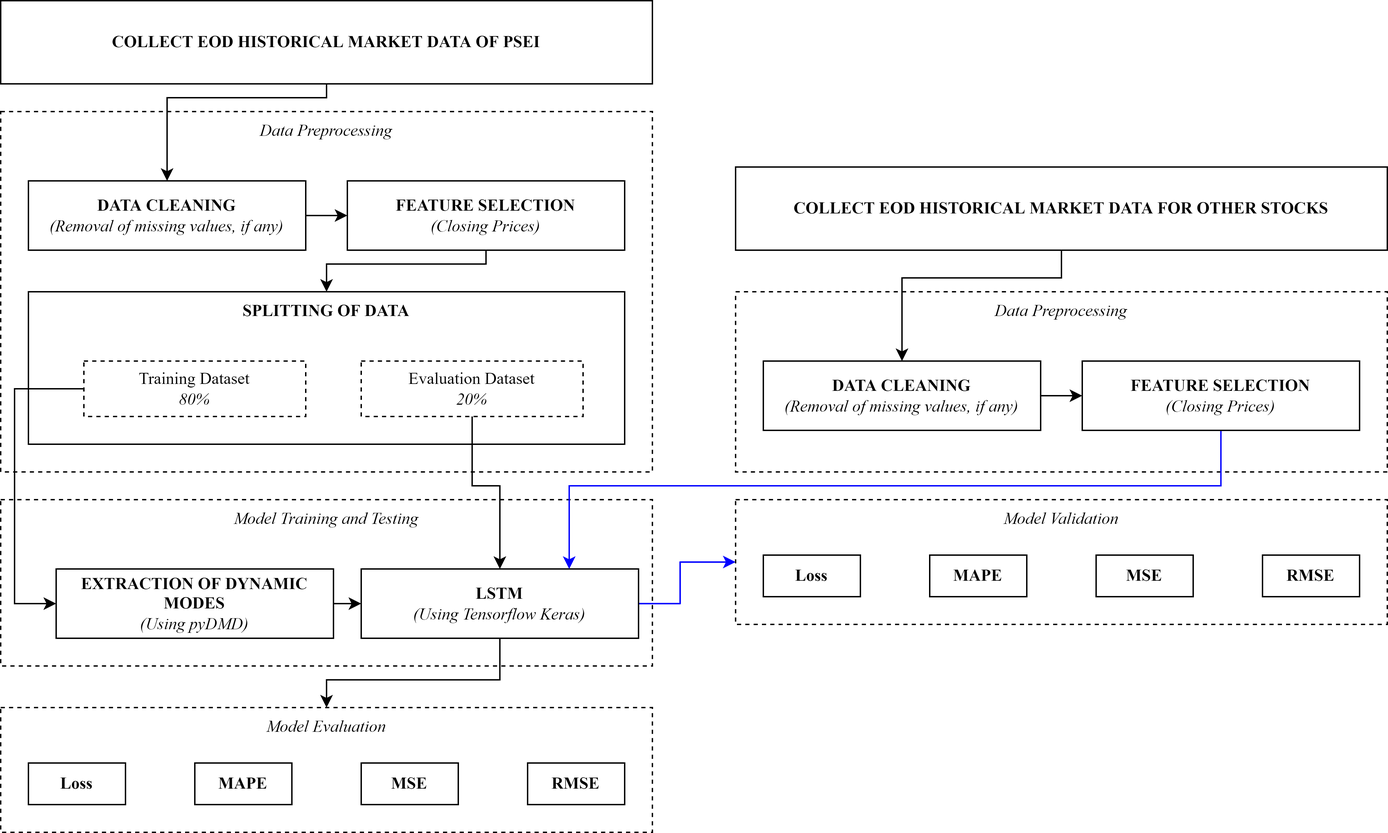
The draw.io diagram SP_Paper/Final/assets/Chapter_3/Machine Learning Model.png in GravitonXD/OLARTE_SP, before a commit. Source tidied: cells renumbered, new cells last; positions are measured from the earlier drawing's top-left corner, leaving out a move shared by most shapes.
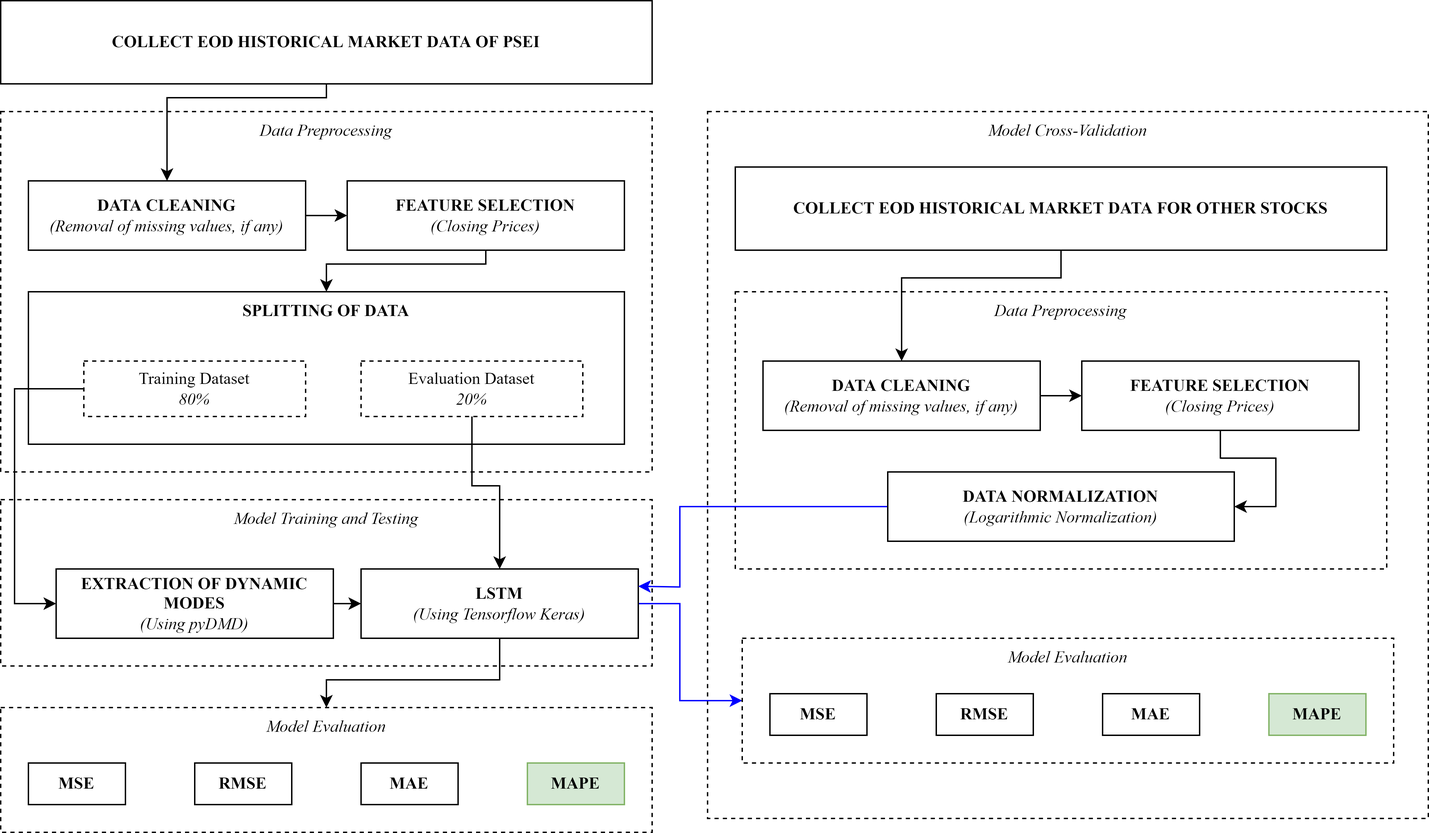
After the commit.

Commit message:
Updated Machine Learning Model Section

Diff of the diagram source:
```diff
@@ -2,6 +2,9 @@
   <root>
     <mxCell id="0" />
     <mxCell id="1" parent="0" />
+    <mxCell id="37" value="&lt;span style=&quot;font-weight: normal;&quot;&gt;&lt;i&gt;Model Cross-Validation&lt;br&gt;&lt;/i&gt;&lt;/span&gt;" style="rounded=0;whiteSpace=wrap;html=1;fontFamily=CMU;fontSource=https%3A%2F%2Ffontlibrary.org%2F%2Fface%2Fcmu-serif;fontStyle=1;verticalAlign=top;dashed=1;" parent="1" vertex="1">
+      <mxGeometry x="510" y="80" width="520" height="510" as="geometry" />
+    </mxCell>
     <mxCell id="2" value="COLLECT EOD HISTORICAL MARKET DATA OF PSEI" style="rounded=0;whiteSpace=wrap;html=1;fontFamily=CMU;fontSource=https%3A%2F%2Ffontlibrary.org%2F%2Fface%2Fcmu-serif;fontStyle=1;" parent="1" vertex="1">
       <mxGeometry width="470" height="60" as="geometry" />
     </mxCell>
@@ -75,11 +78,11 @@
         </Array>
       </mxGeometry>
     </mxCell>
-    <mxCell id="18" style="edgeStyle=none;rounded=0;html=1;exitX=1;exitY=0.5;exitDx=0;exitDy=0;entryX=0;entryY=0.5;entryDx=0;entryDy=0;fontFamily=CMU;fontSource=https%3A%2F%2Ffontlibrary.org%2F%2Fface%2Fcmu-serif;fillColor=#dae8fc;strokeColor=#0000FF;" parent="1" edge="1" source="19" target="31">
+    <mxCell id="18" style="edgeStyle=none;rounded=0;html=1;exitX=1;exitY=0.5;exitDx=0;exitDy=0;entryX=0;entryY=0.5;entryDx=0;entryDy=0;fontFamily=CMU;fontSource=https%3A%2F%2Ffontlibrary.org%2F%2Fface%2Fcmu-serif;fillColor=#dae8fc;strokeColor=#0000FF;" parent="1" edge="1" source="19" target="39">
       <mxGeometry relative="1" as="geometry">
         <Array as="points">
           <mxPoint x="490" y="435" />
-          <mxPoint x="490" y="405" />
+          <mxPoint x="490" y="505" />
         </Array>
       </mxGeometry>
     </mxCell>
@@ -89,23 +92,23 @@
     <mxCell id="20" value="&lt;span style=&quot;font-weight: normal;&quot;&gt;&lt;i&gt;Model Evaluation&lt;br&gt;&lt;br&gt;&lt;/i&gt;&lt;/span&gt;" style="rounded=0;whiteSpace=wrap;html=1;fontFamily=CMU;fontSource=https%3A%2F%2Ffontlibrary.org%2F%2Fface%2Fcmu-serif;fontStyle=1;verticalAlign=top;dashed=1;" parent="1" vertex="1">
       <mxGeometry y="510" width="470" height="90" as="geometry" />
     </mxCell>
-    <mxCell id="21" value="&lt;span style=&quot;background-color: rgb(255, 255, 255);&quot;&gt;Loss&lt;br&gt;&lt;/span&gt;" style="rounded=0;whiteSpace=wrap;html=1;fontFamily=CMU;fontSource=https%3A%2F%2Ffontlibrary.org%2F%2Fface%2Fcmu-serif;fontStyle=1;verticalAlign=middle;align=center;" parent="1" vertex="1">
+    <mxCell id="21" value="&lt;span style=&quot;background-color: rgb(255, 255, 255);&quot;&gt;MSE&lt;br&gt;&lt;/span&gt;" style="rounded=0;whiteSpace=wrap;html=1;fontFamily=CMU;fontSource=https%3A%2F%2Ffontlibrary.org%2F%2Fface%2Fcmu-serif;fontStyle=1;verticalAlign=middle;align=center;" parent="1" vertex="1">
       <mxGeometry x="20" y="550" width="70" height="30" as="geometry" />
     </mxCell>
-    <mxCell id="22" value="&lt;span style=&quot;background-color: rgb(255, 255, 255);&quot;&gt;MAPE&lt;br&gt;&lt;/span&gt;" style="rounded=0;whiteSpace=wrap;html=1;fontFamily=CMU;fontSource=https%3A%2F%2Ffontlibrary.org%2F%2Fface%2Fcmu-serif;fontStyle=1;verticalAlign=middle;align=center;" parent="1" vertex="1">
+    <mxCell id="22" value="&lt;span style=&quot;background-color: rgb(255, 255, 255);&quot;&gt;RMSE&lt;br&gt;&lt;/span&gt;" style="rounded=0;whiteSpace=wrap;html=1;fontFamily=CMU;fontSource=https%3A%2F%2Ffontlibrary.org%2F%2Fface%2Fcmu-serif;fontStyle=1;verticalAlign=middle;align=center;" parent="1" vertex="1">
       <mxGeometry x="140" y="550" width="70" height="30" as="geometry" />
     </mxCell>
-    <mxCell id="23" value="&lt;span style=&quot;background-color: rgb(255, 255, 255);&quot;&gt;MSE&lt;br&gt;&lt;/span&gt;" style="rounded=0;whiteSpace=wrap;html=1;fontFamily=CMU;fontSource=https%3A%2F%2Ffontlibrary.org%2F%2Fface%2Fcmu-serif;fontStyle=1;verticalAlign=middle;align=center;" parent="1" vertex="1">
+    <mxCell id="23" value="&lt;span style=&quot;background-color: rgb(255, 255, 255);&quot;&gt;MAE&lt;br&gt;&lt;/span&gt;" style="rounded=0;whiteSpace=wrap;html=1;fontFamily=CMU;fontSource=https%3A%2F%2Ffontlibrary.org%2F%2Fface%2Fcmu-serif;fontStyle=1;verticalAlign=middle;align=center;" parent="1" vertex="1">
       <mxGeometry x="260" y="550" width="70" height="30" as="geometry" />
     </mxCell>
-    <mxCell id="24" value="&lt;span style=&quot;background-color: rgb(255, 255, 255);&quot;&gt;RMSE&lt;br&gt;&lt;/span&gt;" style="rounded=0;whiteSpace=wrap;html=1;fontFamily=CMU;fontSource=https%3A%2F%2Ffontlibrary.org%2F%2Fface%2Fcmu-serif;fontStyle=1;verticalAlign=middle;align=center;" parent="1" vertex="1">
+    <mxCell id="24" value="&lt;span style=&quot;&quot;&gt;MAPE&lt;br&gt;&lt;/span&gt;" style="rounded=0;whiteSpace=wrap;html=1;fontFamily=CMU;fontSource=https%3A%2F%2Ffontlibrary.org%2F%2Fface%2Fcmu-serif;fontStyle=1;verticalAlign=middle;align=center;fillColor=#D5E8D4;strokeColor=#82b366;fontColor=#000000;labelBackgroundColor=#D5E8D4;" parent="1" vertex="1">
       <mxGeometry x="380" y="550" width="70" height="30" as="geometry" />
     </mxCell>
     <mxCell id="25" value="COLLECT EOD HISTORICAL MARKET DATA FOR OTHER STOCKS" style="rounded=0;whiteSpace=wrap;html=1;fontFamily=CMU;fontSource=https%3A%2F%2Ffontlibrary.org%2F%2Fface%2Fcmu-serif;fontStyle=1;" parent="1" vertex="1">
       <mxGeometry x="530" y="120" width="470" height="60" as="geometry" />
     </mxCell>
     <mxCell id="26" value="&lt;i style=&quot;font-weight: normal;&quot;&gt;Data Preprocessing&lt;/i&gt;" style="rounded=0;whiteSpace=wrap;html=1;fontFamily=CMU;fontSource=https%3A%2F%2Ffontlibrary.org%2F%2Fface%2Fcmu-serif;fontStyle=1;verticalAlign=top;dashed=1;" parent="1" vertex="1">
-      <mxGeometry x="530" y="210" width="470" height="130" as="geometry" />
+      <mxGeometry x="530" y="210" width="470" height="200" as="geometry" />
     </mxCell>
     <mxCell id="27" style="edgeStyle=none;rounded=0;html=1;exitX=1;exitY=0.5;exitDx=0;exitDy=0;entryX=0;entryY=0.5;entryDx=0;entryDy=0;fontFamily=CMU;fontSource=https%3A%2F%2Ffontlibrary.org%2F%2Fface%2Fcmu-serif;" parent="1" edge="1" source="28" target="30">
       <mxGeometry relative="1" as="geometry" />
@@ -113,39 +116,51 @@
     <mxCell id="28" value="&lt;span style=&quot;background-color: rgb(255, 255, 255);&quot;&gt;DATA CLEANING&lt;br&gt;&lt;span style=&quot;font-weight: normal;&quot;&gt;&lt;i&gt;(Removal of missing values, if any)&lt;/i&gt;&lt;/span&gt;&lt;br&gt;&lt;/span&gt;" style="rounded=0;whiteSpace=wrap;html=1;fontFamily=CMU;fontSource=https%3A%2F%2Ffontlibrary.org%2F%2Fface%2Fcmu-serif;fontStyle=1;verticalAlign=middle;align=center;" parent="1" vertex="1">
       <mxGeometry x="550" y="260" width="200" height="50" as="geometry" />
     </mxCell>
-    <mxCell id="29" style="edgeStyle=none;rounded=0;html=1;exitX=0.5;exitY=1;exitDx=0;exitDy=0;entryX=0.75;entryY=0;entryDx=0;entryDy=0;fontFamily=CMU;fontSource=https%3A%2F%2Ffontlibrary.org%2F%2Fface%2Fcmu-serif;fillColor=#dae8fc;strokeColor=#0000FF;" parent="1" edge="1" source="30" target="19">
-      <mxGeometry relative="1" as="geometry">
-        <Array as="points">
-          <mxPoint x="880" y="350" />
-          <mxPoint x="410" y="350" />
-        </Array>
-      </mxGeometry>
-    </mxCell>
+    <mxCell id="38" style="edgeStyle=none;html=1;exitX=0.5;exitY=1;exitDx=0;exitDy=0;entryX=1;entryY=0.5;entryDx=0;entryDy=0;fontColor=#000000;rounded=0;" parent="1" edge="1" source="30" target="42">
+      <mxGeometry relative="1" as="geometry">
+        <Array as="points">
+          <mxPoint x="880" y="330" />
+          <mxPoint x="920" y="330" />
+          <mxPoint x="920" y="365" />
+        </Array>
+      </mxGeometry>
+    </mxCell>
     <mxCell id="30" value="&lt;span style=&quot;background-color: rgb(255, 255, 255);&quot;&gt;FEATURE SELECTION&lt;br&gt;&lt;span style=&quot;font-weight: normal;&quot;&gt;&lt;i&gt;(Closing Prices)&lt;/i&gt;&lt;/span&gt;&lt;br&gt;&lt;/span&gt;" style="rounded=0;whiteSpace=wrap;html=1;fontFamily=CMU;fontSource=https%3A%2F%2Ffontlibrary.org%2F%2Fface%2Fcmu-serif;fontStyle=1;verticalAlign=middle;align=center;" parent="1" vertex="1">
       <mxGeometry x="780" y="260" width="200" height="50" as="geometry" />
     </mxCell>
-    <mxCell id="31" value="&lt;span style=&quot;font-weight: normal;&quot;&gt;&lt;i&gt;Model Validation&lt;br&gt;&lt;/i&gt;&lt;/span&gt;" style="rounded=0;whiteSpace=wrap;html=1;fontFamily=CMU;fontSource=https%3A%2F%2Ffontlibrary.org%2F%2Fface%2Fcmu-serif;fontStyle=1;verticalAlign=top;dashed=1;" parent="1" vertex="1">
-      <mxGeometry x="530" y="360" width="470" height="90" as="geometry" />
-    </mxCell>
-    <mxCell id="32" value="&lt;span style=&quot;background-color: rgb(255, 255, 255);&quot;&gt;Loss&lt;br&gt;&lt;/span&gt;" style="rounded=0;whiteSpace=wrap;html=1;fontFamily=CMU;fontSource=https%3A%2F%2Ffontlibrary.org%2F%2Fface%2Fcmu-serif;fontStyle=1;verticalAlign=middle;align=center;" parent="1" vertex="1">
-      <mxGeometry x="550" y="400" width="70" height="30" as="geometry" />
-    </mxCell>
-    <mxCell id="33" value="&lt;span style=&quot;background-color: rgb(255, 255, 255);&quot;&gt;MAPE&lt;br&gt;&lt;/span&gt;" style="rounded=0;whiteSpace=wrap;html=1;fontFamily=CMU;fontSource=https%3A%2F%2Ffontlibrary.org%2F%2Fface%2Fcmu-serif;fontStyle=1;verticalAlign=middle;align=center;" parent="1" vertex="1">
-      <mxGeometry x="670" y="400" width="70" height="30" as="geometry" />
-    </mxCell>
+    <mxCell id="36" style="edgeStyle=none;rounded=0;html=1;exitX=0.5;exitY=1;exitDx=0;exitDy=0;entryX=0.5;entryY=0;entryDx=0;entryDy=0;fontFamily=CMU;fontSource=https%3A%2F%2Ffontlibrary.org%2F%2Fface%2Fcmu-serif;" parent="1" edge="1" source="25" target="28">
+      <mxGeometry relative="1" as="geometry">
+        <Array as="points">
+          <mxPoint x="765" y="200" />
+          <mxPoint x="650" y="200" />
+        </Array>
+      </mxGeometry>
+    </mxCell>
+    <mxCell id="39" value="&lt;span style=&quot;font-weight: normal;&quot;&gt;&lt;i&gt;Model Evaluation&lt;br&gt;&lt;br&gt;&lt;/i&gt;&lt;/span&gt;" style="rounded=0;whiteSpace=wrap;html=1;fontFamily=CMU;fontSource=https%3A%2F%2Ffontlibrary.org%2F%2Fface%2Fcmu-serif;fontStyle=1;verticalAlign=top;dashed=1;" parent="1" vertex="1">
+      <mxGeometry x="535" y="460" width="470" height="90" as="geometry" />
+    </mxCell>
     <mxCell id="34" value="&lt;span style=&quot;background-color: rgb(255, 255, 255);&quot;&gt;MSE&lt;br&gt;&lt;/span&gt;" style="rounded=0;whiteSpace=wrap;html=1;fontFamily=CMU;fontSource=https%3A%2F%2Ffontlibrary.org%2F%2Fface%2Fcmu-serif;fontStyle=1;verticalAlign=middle;align=center;" parent="1" vertex="1">
-      <mxGeometry x="790" y="400" width="70" height="30" as="geometry" />
+      <mxGeometry x="555" y="500" width="70" height="30" as="geometry" />
     </mxCell>
     <mxCell id="35" value="&lt;span style=&quot;background-color: rgb(255, 255, 255);&quot;&gt;RMSE&lt;br&gt;&lt;/span&gt;" style="rounded=0;whiteSpace=wrap;html=1;fontFamily=CMU;fontSource=https%3A%2F%2Ffontlibrary.org%2F%2Fface%2Fcmu-serif;fontStyle=1;verticalAlign=middle;align=center;" parent="1" vertex="1">
-      <mxGeometry x="910" y="400" width="70" height="30" as="geometry" />
+      <mxGeometry x="675" y="500" width="70" height="30" as="geometry" />
     </mxCell>
-    <mxCell id="36" style="edgeStyle=none;rounded=0;html=1;exitX=0.5;exitY=1;exitDx=0;exitDy=0;entryX=0.5;entryY=0;entryDx=0;entryDy=0;fontFamily=CMU;fontSource=https%3A%2F%2Ffontlibrary.org%2F%2Fface%2Fcmu-serif;" parent="1" edge="1" source="25" target="28">
-      <mxGeometry relative="1" as="geometry">
-        <Array as="points">
-          <mxPoint x="765" y="200" />
-          <mxPoint x="650" y="200" />
-        </Array>
-      </mxGeometry>
-    </mxCell>
+    <mxCell id="40" value="&lt;span style=&quot;background-color: rgb(255, 255, 255);&quot;&gt;MAE&lt;br&gt;&lt;/span&gt;" style="rounded=0;whiteSpace=wrap;html=1;fontFamily=CMU;fontSource=https%3A%2F%2Ffontlibrary.org%2F%2Fface%2Fcmu-serif;fontStyle=1;verticalAlign=middle;align=center;" parent="1" vertex="1">
+      <mxGeometry x="795" y="500" width="70" height="30" as="geometry" />
+    </mxCell>
+    <mxCell id="33" value="&lt;span style=&quot;&quot;&gt;MAPE&lt;br&gt;&lt;/span&gt;" style="rounded=0;whiteSpace=wrap;html=1;fontFamily=CMU;fontSource=https%3A%2F%2Ffontlibrary.org%2F%2Fface%2Fcmu-serif;fontStyle=1;verticalAlign=middle;align=center;fillColor=#D5E8D4;strokeColor=#82b366;fontColor=#000000;labelBackgroundColor=#D5E8D4;" parent="1" vertex="1">
+      <mxGeometry x="915" y="500" width="70" height="30" as="geometry" />
+    </mxCell>
+    <mxCell id="41" style="edgeStyle=none;rounded=0;html=1;exitX=0;exitY=0.5;exitDx=0;exitDy=0;entryX=1;entryY=0.25;entryDx=0;entryDy=0;fontColor=#000000;strokeColor=#0000ff;" parent="1" edge="1" source="42" target="19">
+      <mxGeometry relative="1" as="geometry">
+        <Array as="points">
+          <mxPoint x="490" y="365" />
+          <mxPoint x="490" y="423" />
+        </Array>
+      </mxGeometry>
+    </mxCell>
+    <mxCell id="42" value="&lt;span style=&quot;background-color: rgb(255, 255, 255);&quot;&gt;DATA NORMALIZATION&lt;/span&gt;&lt;br style=&quot;border-color: var(--border-color);&quot;&gt;&lt;span style=&quot;border-color: var(--border-color); font-weight: normal;&quot;&gt;&lt;i style=&quot;border-color: var(--border-color);&quot;&gt;(Logarithmic Normalization)&lt;/i&gt;&lt;/span&gt;&lt;span style=&quot;background-color: rgb(255, 255, 255);&quot;&gt;&lt;br&gt;&lt;/span&gt;" style="rounded=0;whiteSpace=wrap;html=1;fontFamily=CMU;fontSource=https%3A%2F%2Ffontlibrary.org%2F%2Fface%2Fcmu-serif;fontStyle=1;verticalAlign=middle;align=center;" parent="1" vertex="1">
+      <mxGeometry x="640" y="340" width="250" height="50" as="geometry" />
+    </mxCell>
   </root>
 </mxGraphModel>
```
